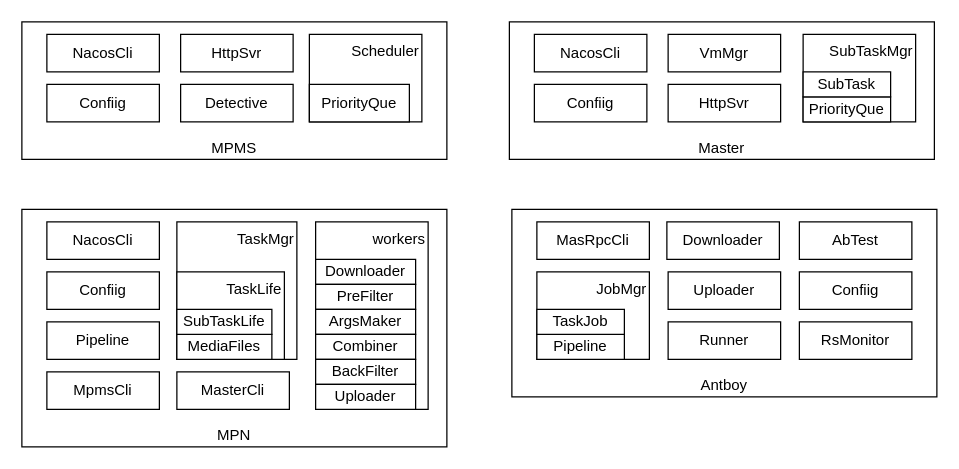
zebra-min/my-design keeps this draw.io diagram as page "第二层" (2 of 2) of 梧桐.drawio. Above is the earlier version. Source tidied: cells renumbered, new cells numbered last; positions are measured from the earlier drawing's top-left corner, leaving out a move shared by most shapes. Both pictures are drawn from the tidied source at 125%, with x=0, y=0 at pixel (21, 21).
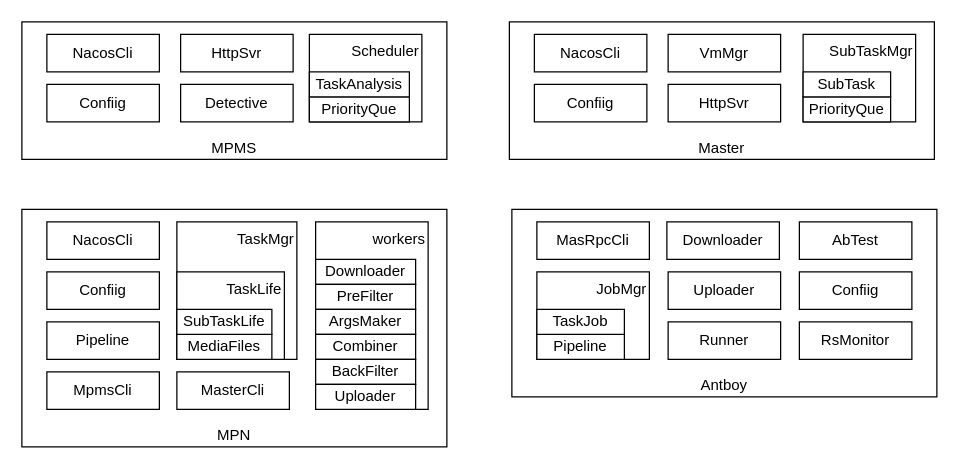
Above is the later version.

What changed in the source:
```diff
@@
     <mxCell id="44" value="PriorityQue" style="rounded=0;whiteSpace=wrap;html=1;" parent="1" vertex="1">
-      <mxGeometry x="230" y="50" width="80" height="30" as="geometry" />
+      <mxGeometry x="230" y="60" width="80" height="20" as="geometry" />
     </mxCell>
+    <mxCell id="45" value="TaskAnalysis" style="rounded=0;whiteSpace=wrap;html=1;" parent="1" vertex="1">
+      <mxGeometry x="230" y="40" width="80" height="20" as="geometry" />
+    </mxCell>
```
